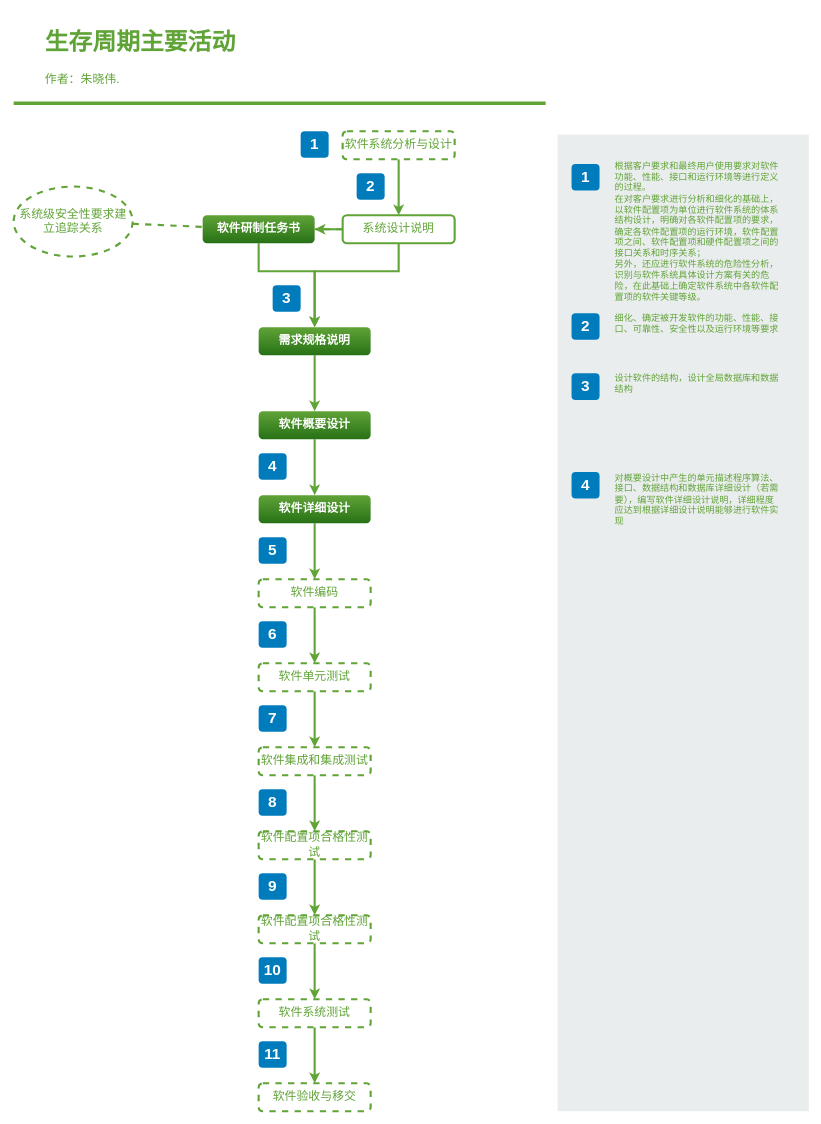
ColonelDarcy2018/excelsior keeps this draw.io diagram as 19008主要文档间关联关系.drawio. Above is the earlier version. Source tidied: cells renumbered, new cells numbered last; positions are measured from the earlier drawing's top-left corner, leaving out a move shared by most shapes. Both pictures are drawn from the tidied source at 70%, with x=0, y=0 at pixel (13, 19).
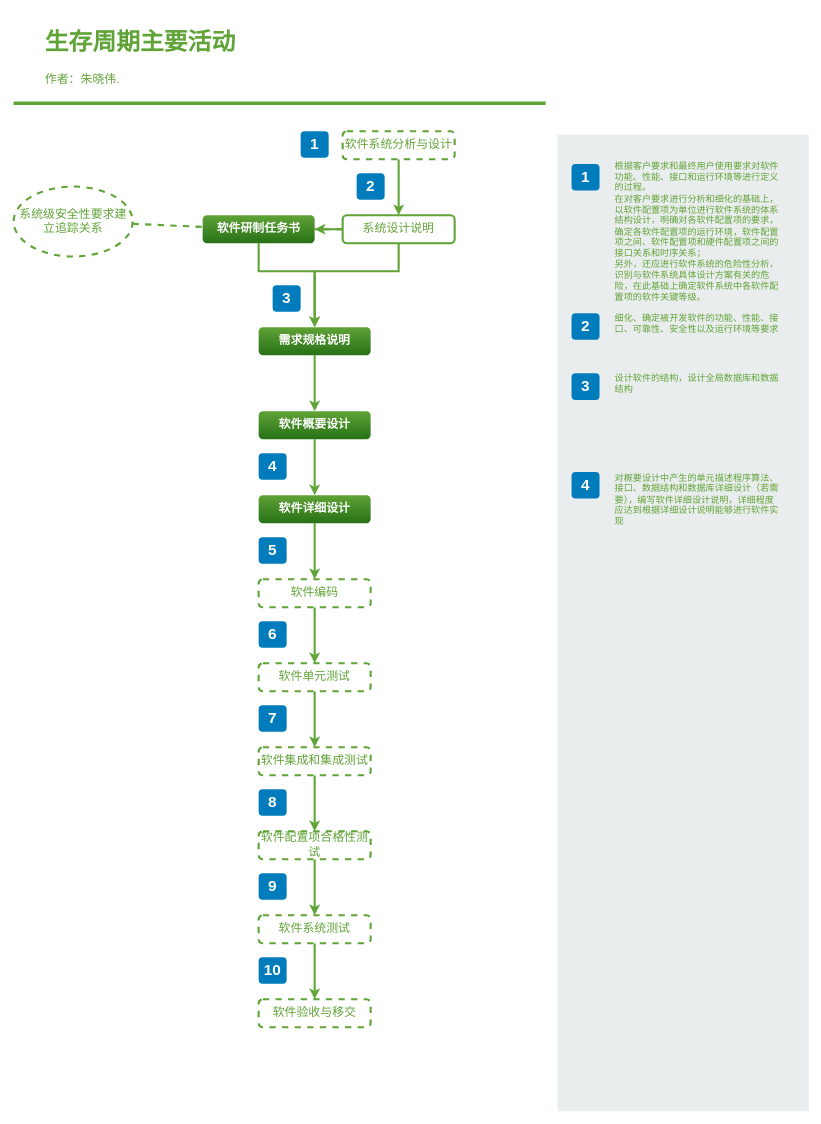
The same page after the edit.

Commit message:
Update 19008主要文档间关联关系.drawio

What changed in the source:
```diff
@@
-    <mxCell id="27" value="软件配置项合格性测试" style="rounded=1;whiteSpace=wrap;html=1;strokeColor=#60A337;strokeWidth=3;dashed=1;fontSize=17;fontColor=#60A337;" parent="1" vertex="1">
+    <mxCell id="27" value="软件系统测试" style="rounded=1;whiteSpace=wrap;html=1;strokeColor=#60A337;strokeWidth=3;dashed=1;fontSize=17;fontColor=#60A337;" parent="1" vertex="1">
       <mxGeometry x="350" y="1280" width="160" height="40" as="geometry" />
     </mxCell>
-    <mxCell id="28" style="edgeStyle=none;rounded=0;jettySize=auto;html=1;endArrow=classic;endFill=1;strokeColor=#60A337;strokeWidth=3;fontSize=17;fontColor=#60A337;" parent="1" edge="1" source="29" target="30">
-      <mxGeometry relative="1" as="geometry" />
-    </mxCell>
-    <mxCell id="29" value="软件系统测试" style="rounded=1;whiteSpace=wrap;html=1;strokeColor=#60A337;strokeWidth=3;dashed=1;fontSize=17;fontColor=#60A337;" parent="1" vertex="1">
+    <mxCell id="29" value="软件验收与移交" style="rounded=1;whiteSpace=wrap;html=1;strokeColor=#60A337;strokeWidth=3;dashed=1;fontSize=17;fontColor=#60A337;" parent="1" vertex="1">
       <mxGeometry x="350" y="1400" width="160" height="40" as="geometry" />
     </mxCell>
-    <mxCell id="30" value="软件验收与移交" style="rounded=1;whiteSpace=wrap;html=1;strokeColor=#60A337;strokeWidth=3;dashed=1;fontSize=17;fontColor=#60A337;" parent="1" vertex="1">
-      <mxGeometry x="350" y="1520" width="160" height="40" as="geometry" />
-    </mxCell>
@@
-    <mxCell id="52" value="11" style="rounded=1;whiteSpace=wrap;html=1;fillColor=#007CBD;strokeColor=none;fontColor=#FFFFFF;fontStyle=1;fontSize=22;" parent="1" vertex="1">
-      <mxGeometry x="350" y="1460" width="40" height="38" as="geometry" />
-    </mxCell>
```
